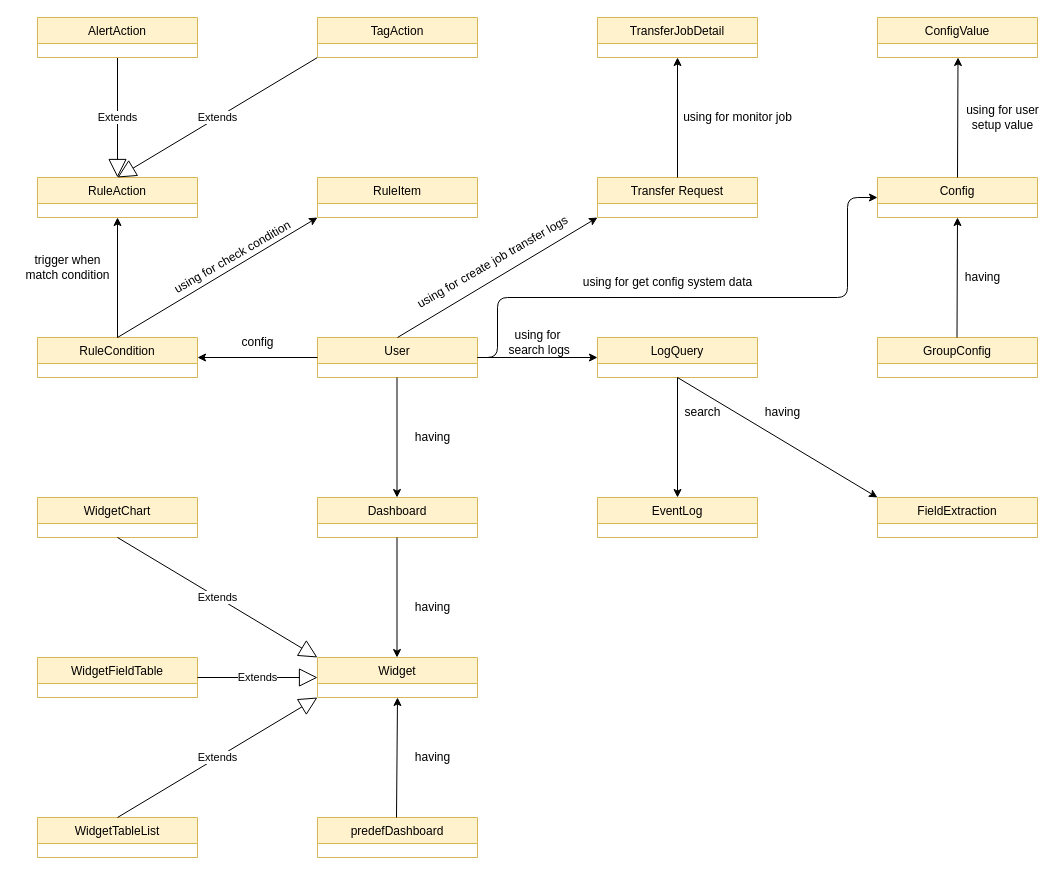
Before: Untitled Diagram.drawio in ndhcoder/my-configs, a draw.io diagram. Source tidied: cells renumbered, new cells numbered last; positions are measured from the earlier drawing's top-left corner, leaving out a move shared by most shapes. Both pictures are drawn from the tidied source at 100%, with x=0, y=0 at pixel (17, 17).
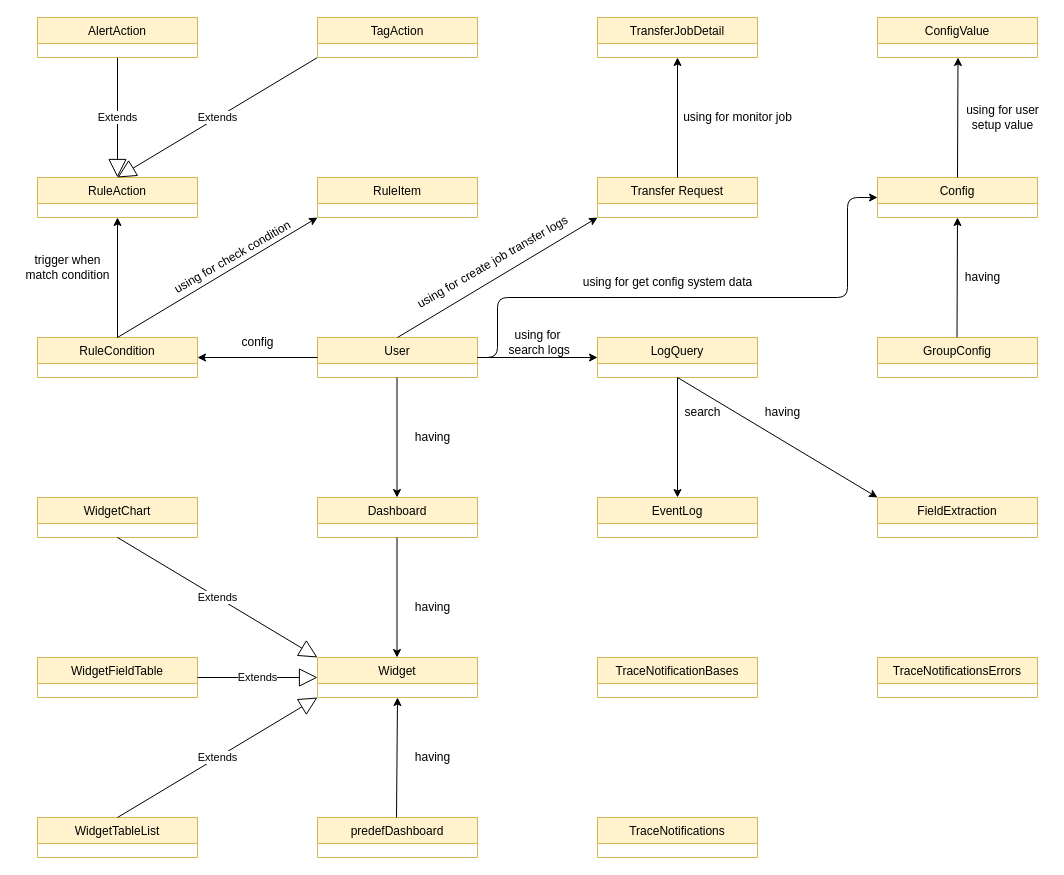
After the change.

The edit, as a diff of the source:
```diff
@@
+    <mxCell id="55" value="TraceNotificationBases" style="swimlane;fontStyle=0;align=center;verticalAlign=top;horizontal=1;startSize=26;rounded=0;shadow=0;strokeWidth=1;fillColor=#fff2cc;strokeColor=#d6b656;" parent="1" vertex="1">
+      <mxGeometry x="580" y="640" width="160" height="40" as="geometry" />
+    </mxCell>
+    <mxCell id="56" value="TraceNotifications" style="swimlane;fontStyle=0;align=center;verticalAlign=top;horizontal=1;startSize=26;rounded=0;shadow=0;strokeWidth=1;fillColor=#fff2cc;strokeColor=#d6b656;" parent="1" vertex="1">
+      <mxGeometry x="580" y="800" width="160" height="40" as="geometry" />
+    </mxCell>
+    <mxCell id="57" value="TraceNotificationsErrors" style="swimlane;fontStyle=0;align=center;verticalAlign=top;horizontal=1;startSize=26;rounded=0;shadow=0;strokeWidth=1;fillColor=#fff2cc;strokeColor=#d6b656;" parent="1" vertex="1">
+      <mxGeometry x="860" y="640" width="160" height="40" as="geometry" />
+    </mxCell>
```
